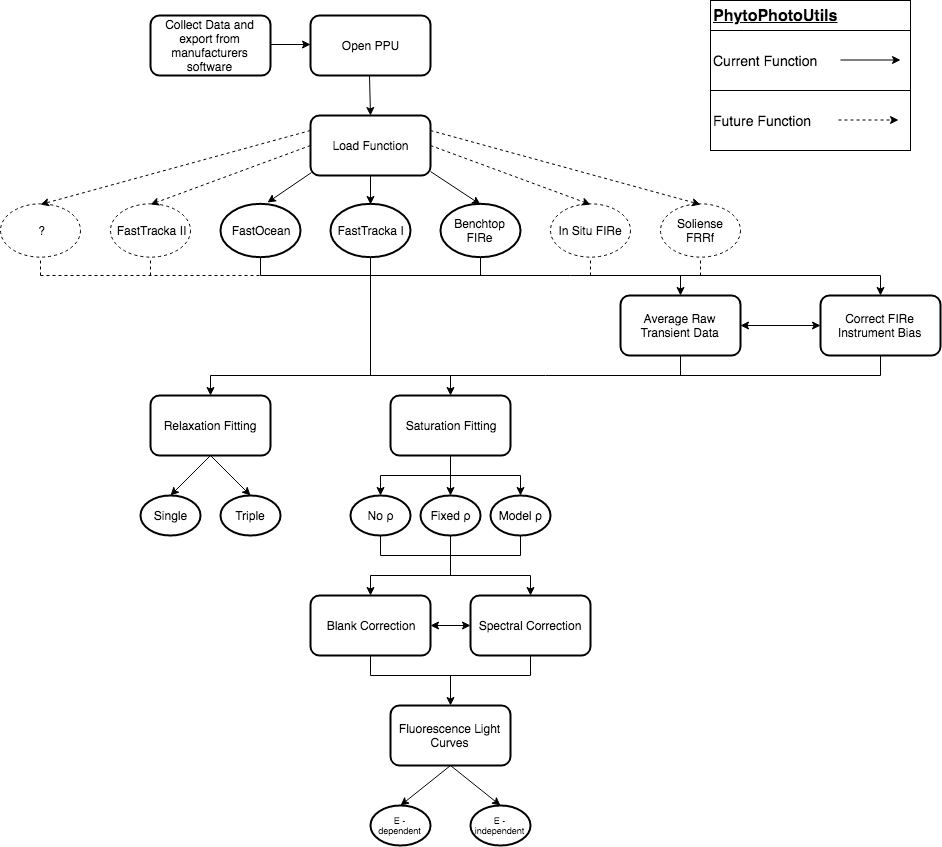
Before: demo/img/PhytoPhotoUtils_diagram.png, a diagram exported from draw.io (tjryankeogh/phytophotoutils). Source tidied: cells renumbered, new cells last; positions are measured from the earlier drawing's top-left corner, leaving out a move shared by most shapes.
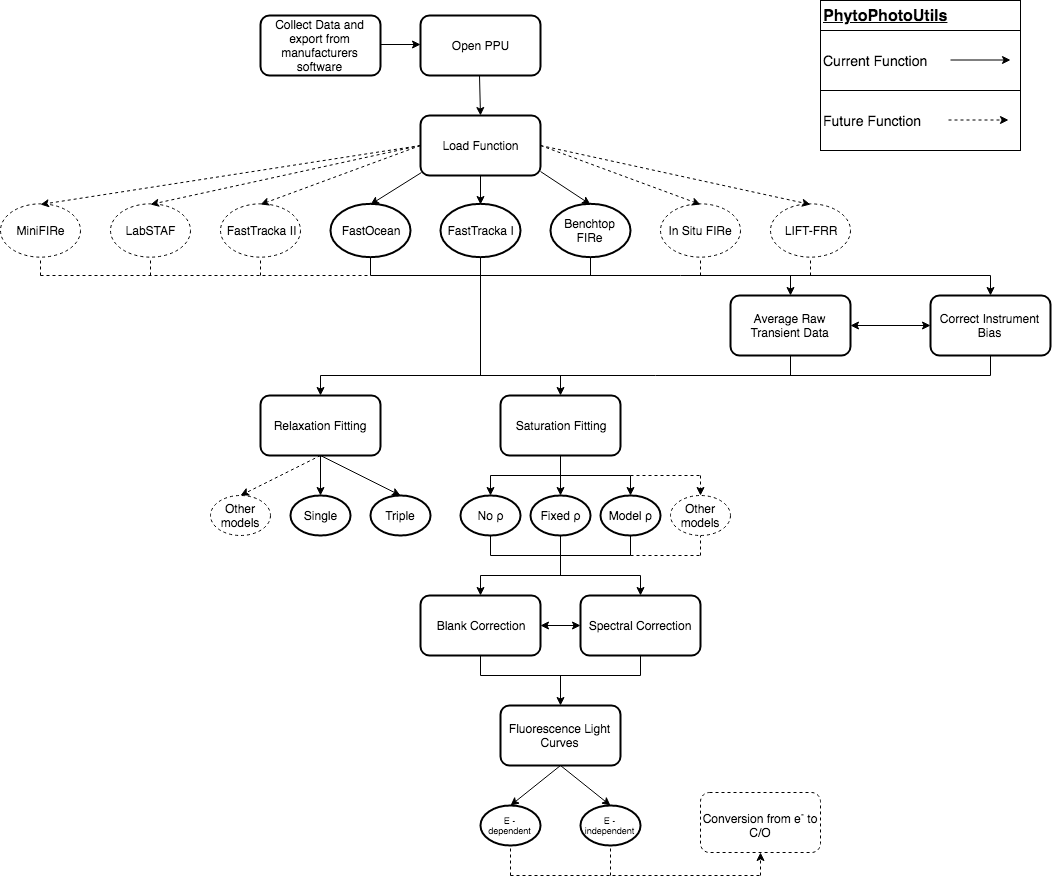
Later version of the same file.

What changed in the source:
```diff
@@ -34,12 +34,12 @@
         <mxPoint x="369" y="75" as="sourcePoint" />
       </mxGeometry>
     </mxCell>
-    <mxCell id="11" style="endArrow=classic;html=1;entryX=0.588;entryY=-0.032;entryDx=0;entryDy=0;entryPerimeter=0;" parent="1" edge="1" target="5">
+    <mxCell id="11" style="endArrow=classic;html=1;entryX=0.5;entryY=0;entryDx=0;entryDy=0;" parent="1" edge="1" target="5">
       <mxGeometry relative="1" as="geometry">
         <mxPoint x="311" y="172" as="sourcePoint" />
       </mxGeometry>
     </mxCell>
-    <mxCell id="12" style="endArrow=classic;html=1;entryX=0.5;entryY=0;entryDx=0;entryDy=0;exitX=1.008;exitY=0.933;exitDx=0;exitDy=0;exitPerimeter=0;" parent="1" edge="1" target="7">
+    <mxCell id="12" style="endArrow=classic;html=1;exitX=1.008;exitY=0.933;exitDx=0;exitDy=0;exitPerimeter=0;entryX=0.5;entryY=0;entryDx=0;entryDy=0;" parent="1" edge="1" target="7">
       <mxGeometry relative="1" as="geometry">
         <mxPoint x="430" y="171" as="sourcePoint" />
       </mxGeometry>
@@ -55,7 +55,7 @@
     <mxCell id="15" value="Relaxation Fitting" style="rounded=1;whiteSpace=wrap;html=1;strokeWidth=2;" parent="1" vertex="1">
       <mxGeometry x="150" y="395" width="120" height="60" as="geometry" />
     </mxCell>
-    <mxCell id="16" value="Correct FIRe Instrument Bias" style="rounded=1;whiteSpace=wrap;html=1;strokeWidth=2;" parent="1" vertex="1">
+    <mxCell id="16" value="Correct Instrument Bias" style="rounded=1;whiteSpace=wrap;html=1;strokeWidth=2;" parent="1" vertex="1">
       <mxGeometry x="820" y="295" width="120" height="60" as="geometry" />
     </mxCell>
     <mxCell id="17" style="endArrow=none;html=1;" parent="1" edge="1">
@@ -116,7 +116,7 @@
     </mxCell>
     <mxCell id="29" style="endArrow=none;dashed=1;html=1;" parent="1" edge="1">
       <mxGeometry relative="1" as="geometry">
-        <mxPoint x="40" y="275" as="sourcePoint" />
+        <mxPoint x="-70" y="275" as="sourcePoint" />
         <mxPoint x="260" y="275" as="targetPoint" />
       </mxGeometry>
     </mxCell>
@@ -179,10 +179,10 @@
       </mxGeometry>
     </mxCell>
     <mxCell id="43" value="Single" style="ellipse;whiteSpace=wrap;html=1;strokeWidth=2;" parent="1" vertex="1">
-      <mxGeometry x="140" y="495" width="60" height="40" as="geometry" />
+      <mxGeometry x="180" y="495" width="60" height="40" as="geometry" />
     </mxCell>
     <mxCell id="44" value="Triple" style="ellipse;whiteSpace=wrap;html=1;strokeWidth=2;" parent="1" vertex="1">
-      <mxGeometry x="220" y="495" width="60" height="40" as="geometry" />
+      <mxGeometry x="260" y="495" width="60" height="40" as="geometry" />
     </mxCell>
     <mxCell id="45" value="Blank Correction" style="rounded=1;whiteSpace=wrap;html=1;strokeWidth=2;" parent="1" vertex="1">
       <mxGeometry x="310" y="595" width="120" height="60" as="geometry" />
@@ -313,10 +313,10 @@
         <mxPoint x="900" y="59.5" as="targetPoint" />
       </mxGeometry>
     </mxCell>
-    <mxCell id="74" value="Soliense FRRf" style="ellipse;whiteSpace=wrap;html=1;dashed=1;strokeWidth=1;" parent="1" vertex="1">
+    <mxCell id="74" value="LIFT-FRR" style="ellipse;whiteSpace=wrap;html=1;dashed=1;strokeWidth=1;" parent="1" vertex="1">
       <mxGeometry x="660" y="203.5" width="80" height="53.3" as="geometry" />
     </mxCell>
-    <mxCell id="75" style="endArrow=classic;html=1;dashed=1;entryX=0.5;entryY=0;entryDx=0;entryDy=0;exitX=1;exitY=0.25;exitDx=0;exitDy=0;" parent="1" edge="1" source="4" target="74">
+    <mxCell id="75" style="endArrow=classic;html=1;dashed=1;entryX=0.5;entryY=0;entryDx=0;entryDy=0;exitX=1;exitY=0.5;exitDx=0;exitDy=0;" parent="1" edge="1" source="4" target="74">
       <mxGeometry relative="1" as="geometry" />
     </mxCell>
     <mxCell id="76" style="endArrow=none;dashed=1;html=1;entryX=0.5;entryY=1;entryDx=0;entryDy=0;" parent="1" edge="1" target="74">
@@ -324,10 +324,10 @@
         <mxPoint x="700" y="275" as="sourcePoint" />
       </mxGeometry>
     </mxCell>
-    <mxCell id="77" value="?" style="ellipse;whiteSpace=wrap;html=1;dashed=1;strokeWidth=1;" parent="1" vertex="1">
+    <mxCell id="77" value="LabSTAF" style="ellipse;whiteSpace=wrap;html=1;dashed=1;strokeWidth=1;" parent="1" vertex="1">
       <mxGeometry y="203.5" width="80" height="53.3" as="geometry" />
     </mxCell>
-    <mxCell id="78" style="endArrow=classic;html=1;dashed=1;entryX=0.5;entryY=0;entryDx=0;entryDy=0;exitX=0;exitY=0.25;exitDx=0;exitDy=0;" parent="1" edge="1" source="4" target="77">
+    <mxCell id="78" style="endArrow=classic;html=1;dashed=1;entryX=0.5;entryY=0;entryDx=0;entryDy=0;exitX=0;exitY=0.5;exitDx=0;exitDy=0;" parent="1" edge="1" source="4" target="77">
       <mxGeometry relative="1" as="geometry" />
     </mxCell>
     <mxCell id="79" style="endArrow=none;dashed=1;html=1;entryX=0.5;entryY=1;entryDx=0;entryDy=0;" parent="1" edge="1" target="77">
@@ -335,5 +335,71 @@
         <mxPoint x="40" y="275" as="sourcePoint" />
       </mxGeometry>
     </mxCell>
+    <mxCell id="80" value="Other models" style="ellipse;whiteSpace=wrap;html=1;strokeWidth=1;dashed=1;" parent="1" vertex="1">
+      <mxGeometry x="560" y="495" width="60" height="40" as="geometry" />
+    </mxCell>
+    <mxCell id="81" value="Other models" style="ellipse;whiteSpace=wrap;html=1;strokeWidth=1;dashed=1;" parent="1" vertex="1">
+      <mxGeometry x="100" y="495" width="60" height="40" as="geometry" />
+    </mxCell>
+    <mxCell id="82" style="endArrow=classic;html=1;dashed=1;entryX=0.5;entryY=0;entryDx=0;entryDy=0;" parent="1" edge="1" target="80">
+      <mxGeometry relative="1" as="geometry">
+        <mxPoint x="590" y="475" as="sourcePoint" />
+      </mxGeometry>
+    </mxCell>
+    <mxCell id="83" style="endArrow=none;dashed=1;html=1;" parent="1" edge="1">
+      <mxGeometry relative="1" as="geometry">
+        <mxPoint x="520" y="475" as="sourcePoint" />
+        <mxPoint x="590" y="475" as="targetPoint" />
+      </mxGeometry>
+    </mxCell>
+    <mxCell id="84" style="endArrow=classic;html=1;dashed=1;exitX=0.5;exitY=1;exitDx=0;exitDy=0;entryX=0.5;entryY=0;entryDx=0;entryDy=0;" parent="1" edge="1" source="15" target="81">
+      <mxGeometry relative="1" as="geometry" />
+    </mxCell>
+    <mxCell id="85" value="Conversion from e&lt;sup&gt;-&lt;/sup&gt; to C/O" style="rounded=1;whiteSpace=wrap;html=1;strokeWidth=1;dashed=1;" parent="1" vertex="1">
+      <mxGeometry x="590" y="792" width="120" height="60" as="geometry" />
+    </mxCell>
+    <mxCell id="86" style="endArrow=none;dashed=1;html=1;" parent="1" edge="1">
+      <mxGeometry relative="1" as="geometry">
+        <mxPoint x="400" y="875" as="sourcePoint" />
+        <mxPoint x="650" y="875" as="targetPoint" />
+      </mxGeometry>
+    </mxCell>
+    <mxCell id="87" style="endArrow=none;dashed=1;html=1;entryX=0.5;entryY=1;entryDx=0;entryDy=0;" parent="1" edge="1" target="48">
+      <mxGeometry relative="1" as="geometry">
+        <mxPoint x="400" y="875" as="sourcePoint" />
+      </mxGeometry>
+    </mxCell>
+    <mxCell id="88" style="endArrow=none;dashed=1;html=1;entryX=0.5;entryY=1;entryDx=0;entryDy=0;" parent="1" edge="1" target="49">
+      <mxGeometry relative="1" as="geometry">
+        <mxPoint x="500" y="875" as="sourcePoint" />
+      </mxGeometry>
+    </mxCell>
+    <mxCell id="89" style="endArrow=classic;html=1;dashed=1;entryX=0.5;entryY=1;entryDx=0;entryDy=0;" parent="1" edge="1" target="85">
+      <mxGeometry relative="1" as="geometry">
+        <mxPoint x="650" y="875" as="sourcePoint" />
+      </mxGeometry>
+    </mxCell>
+    <mxCell id="90" style="endArrow=none;dashed=1;html=1;" parent="1" edge="1">
+      <mxGeometry relative="1" as="geometry">
+        <mxPoint x="520" y="555" as="sourcePoint" />
+        <mxPoint x="590" y="555" as="targetPoint" />
+      </mxGeometry>
+    </mxCell>
+    <mxCell id="91" style="endArrow=none;dashed=1;html=1;entryX=0.5;entryY=1;entryDx=0;entryDy=0;" parent="1" edge="1" target="80">
+      <mxGeometry relative="1" as="geometry">
+        <mxPoint x="590" y="555" as="sourcePoint" />
+      </mxGeometry>
+    </mxCell>
+    <mxCell id="92" value="MiniFIRe" style="ellipse;whiteSpace=wrap;html=1;dashed=1;strokeWidth=1;" parent="1" vertex="1">
+      <mxGeometry x="-110" y="203.5" width="80" height="53.3" as="geometry" />
+    </mxCell>
+    <mxCell id="93" style="endArrow=classic;html=1;dashed=1;entryX=0.5;entryY=0;entryDx=0;entryDy=0;exitX=0;exitY=0.5;exitDx=0;exitDy=0;" parent="1" edge="1" source="4" target="92">
+      <mxGeometry relative="1" as="geometry" />
+    </mxCell>
+    <mxCell id="94" style="endArrow=none;dashed=1;html=1;entryX=0.5;entryY=1;entryDx=0;entryDy=0;" parent="1" edge="1" target="92">
+      <mxGeometry relative="1" as="geometry">
+        <mxPoint x="-70" y="275" as="sourcePoint" />
+      </mxGeometry>
+    </mxCell>
   </root>
 </mxGraphModel>
```
